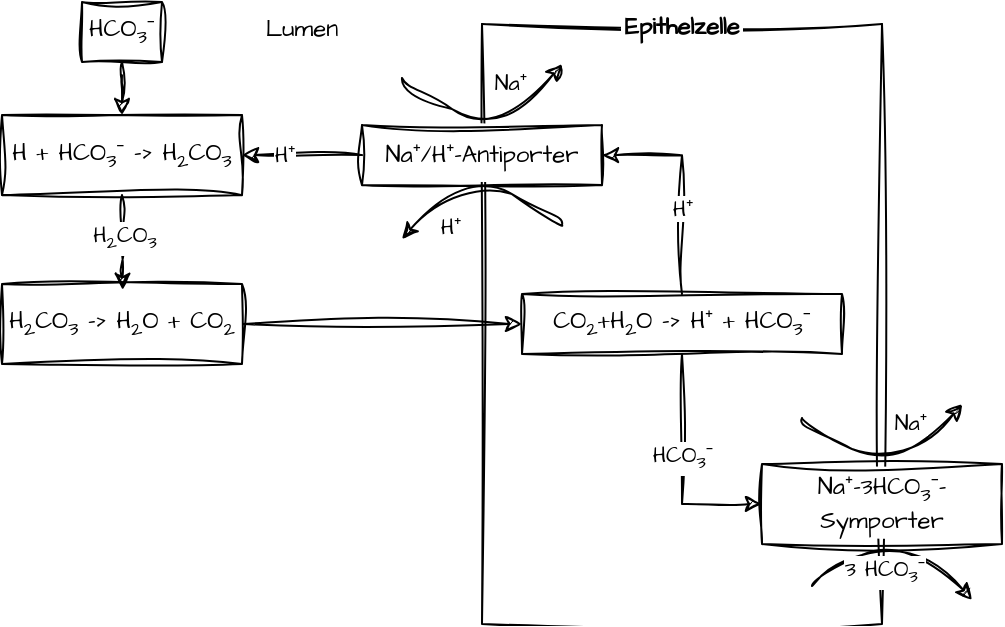
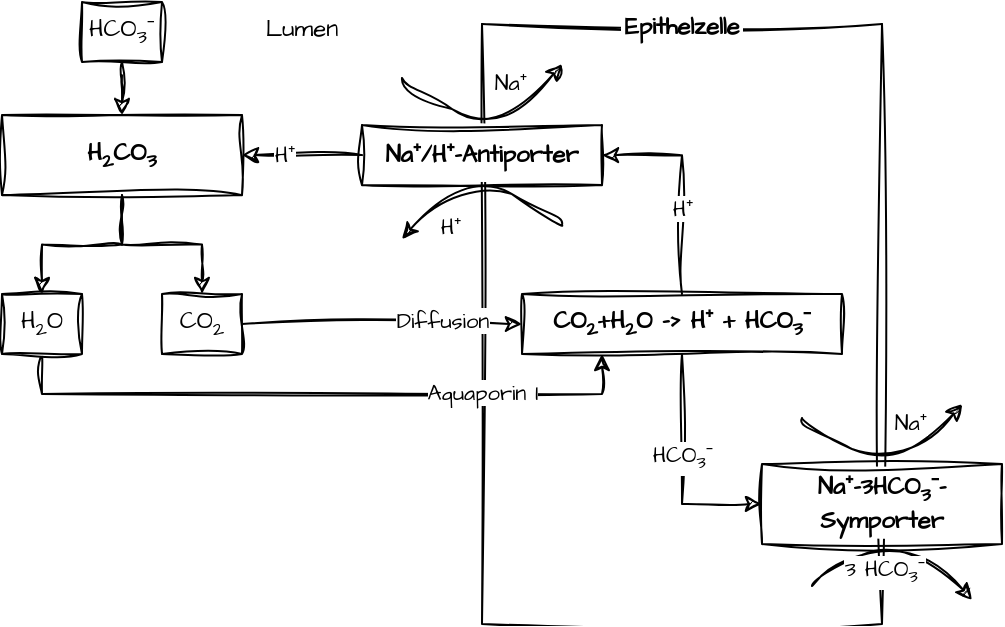
<mxfile host="app.diagrams.net">
  <diagram name="Seite-1" id="81AJ7Dx_vk1iaCefEZfk">
-     <mxGraphModel dx="699" dy="434" grid="1" gridSize="10" guides="1" tooltips="1" connect="1" arrows="1" fold="1" page="1" pageScale="1" pageWidth="1169" pageHeight="1169" math="0" shadow="0">
+     <mxGraphModel dx="579" dy="359" grid="1" gridSize="10" guides="1" tooltips="1" connect="1" arrows="1" fold="1" page="1" pageScale="1" pageWidth="1169" pageHeight="1169" math="0" shadow="0">
      <root>
        <mxCell id="0" />
        <mxCell id="1" parent="0" />
        <mxCell id="3jVy0zkm5tWESt1eAfr3-5" parent="1" style="text;html=1;whiteSpace=wrap;overflow=hidden;rounded=0;fontFamily=Architects Daughter;fontSource=https%3A%2F%2Ffonts.googleapis.com%2Fcss%3Ffamily%3DArchitects%2BDaughter;align=center;" value="Lumen" vertex="1">
          <mxGeometry height="20" width="180" x="240" y="109" as="geometry" />
        </mxCell>
        <mxCell id="3jVy0zkm5tWESt1eAfr3-7" parent="1" style="swimlane;startSize=0;sketch=1;hachureGap=4;jiggle=2;curveFitting=1;fontFamily=Architects Daughter;fontSource=https%3A%2F%2Ffonts.googleapis.com%2Fcss%3Ffamily%3DArchitects%2BDaughter;labelBackgroundColor=default;" value="Epithelzelle" vertex="1">
          <mxGeometry height="300" width="200" x="420" y="120" as="geometry" />
        </mxCell>
-         <mxCell id="3jVy0zkm5tWESt1eAfr3-8" parent="3jVy0zkm5tWESt1eAfr3-7" style="rounded=0;whiteSpace=wrap;html=1;sketch=1;hachureGap=4;jiggle=2;curveFitting=1;fontFamily=Architects Daughter;fontSource=https%3A%2F%2Ffonts.googleapis.com%2Fcss%3Ffamily%3DArchitects%2BDaughter;" value="Na⁺/H⁺-Antiporter" vertex="1">
+         <mxCell id="3jVy0zkm5tWESt1eAfr3-8" parent="3jVy0zkm5tWESt1eAfr3-7" style="rounded=0;whiteSpace=wrap;html=1;sketch=1;hachureGap=4;jiggle=2;curveFitting=1;fontFamily=Architects Daughter;fontSource=https%3A%2F%2Ffonts.googleapis.com%2Fcss%3Ffamily%3DArchitects%2BDaughter;fontStyle=1" value="Na⁺/H⁺-Antiporter" vertex="1">
          <mxGeometry height="30" width="120" x="-60" y="50.56" as="geometry" />
        </mxCell>
        <mxCell id="3jVy0zkm5tWESt1eAfr3-14" edge="1" parent="3jVy0zkm5tWESt1eAfr3-7" style="curved=1;endArrow=classic;html=1;rounded=0;sketch=1;hachureGap=4;jiggle=2;curveFitting=1;fontFamily=Architects Daughter;fontSource=https://fonts.googleapis.com/css?family=Architects+Daughter;" value="">
          <mxGeometry height="50" relative="1" width="50" as="geometry">
            <Array as="points">
              <mxPoint x="-40" y="30" />
              <mxPoint x="10" y="55" />
            </Array>
            <mxPoint x="-40" y="27" as="sourcePoint" />
            <mxPoint x="40" y="20" as="targetPoint" />
          </mxGeometry>
        </mxCell>
        <mxCell id="3jVy0zkm5tWESt1eAfr3-15" connectable="0" parent="3jVy0zkm5tWESt1eAfr3-14" style="edgeLabel;html=1;align=center;verticalAlign=middle;resizable=0;points=[];sketch=1;hachureGap=4;jiggle=2;curveFitting=1;fontFamily=Architects Daughter;fontSource=https://fonts.googleapis.com/css?family=Architects+Daughter;" value="Na⁺" vertex="1">
          <mxGeometry relative="1" x="0.398" y="4" as="geometry">
            <mxPoint x="-3" y="-13" as="offset" />
          </mxGeometry>
        </mxCell>
        <mxCell id="3jVy0zkm5tWESt1eAfr3-24" edge="1" parent="3jVy0zkm5tWESt1eAfr3-7" source="3jVy0zkm5tWESt1eAfr3-20" style="edgeStyle=orthogonalEdgeStyle;rounded=0;sketch=1;hachureGap=4;jiggle=2;curveFitting=1;orthogonalLoop=1;jettySize=auto;html=1;entryX=1;entryY=0.5;entryDx=0;entryDy=0;fontFamily=Architects Daughter;fontSource=https%3A%2F%2Ffonts.googleapis.com%2Fcss%3Ffamily%3DArchitects%2BDaughter;" target="3jVy0zkm5tWESt1eAfr3-8">
          <mxGeometry relative="1" as="geometry" />
        </mxCell>
        <mxCell id="3jVy0zkm5tWESt1eAfr3-25" connectable="0" parent="3jVy0zkm5tWESt1eAfr3-24" style="edgeLabel;html=1;align=center;verticalAlign=middle;resizable=0;points=[];sketch=1;hachureGap=4;jiggle=2;curveFitting=1;fontFamily=Architects Daughter;fontSource=https%3A%2F%2Ffonts.googleapis.com%2Fcss%3Ffamily%3DArchitects%2BDaughter;" value="H⁺" vertex="1">
          <mxGeometry relative="1" x="-0.2069" as="geometry">
            <mxPoint as="offset" />
          </mxGeometry>
        </mxCell>
-         <mxCell id="3jVy0zkm5tWESt1eAfr3-20" parent="3jVy0zkm5tWESt1eAfr3-7" style="whiteSpace=wrap;html=1;sketch=1;hachureGap=4;jiggle=2;curveFitting=1;fontFamily=Architects Daughter;fontSource=https%3A%2F%2Ffonts.googleapis.com%2Fcss%3Ffamily%3DArchitects%2BDaughter;" value="CO&lt;sub&gt;2&lt;/sub&gt;+H&lt;sub&gt;2&lt;/sub&gt;O -&amp;gt; H⁺ + HCO&lt;sub&gt;3&lt;/sub&gt;⁻" vertex="1">
+         <mxCell id="3jVy0zkm5tWESt1eAfr3-20" parent="3jVy0zkm5tWESt1eAfr3-7" style="whiteSpace=wrap;html=1;sketch=1;hachureGap=4;jiggle=2;curveFitting=1;fontFamily=Architects Daughter;fontSource=https%3A%2F%2Ffonts.googleapis.com%2Fcss%3Ffamily%3DArchitects%2BDaughter;fontStyle=1" value="CO&lt;sub&gt;2&lt;/sub&gt;+H&lt;sub&gt;2&lt;/sub&gt;O -&amp;gt; H⁺ + HCO&lt;sub&gt;3&lt;/sub&gt;⁻" vertex="1">
          <mxGeometry height="30" width="160" x="20" y="135" as="geometry" />
        </mxCell>
        <mxCell id="3jVy0zkm5tWESt1eAfr3-36" edge="1" parent="3jVy0zkm5tWESt1eAfr3-7" style="curved=1;endArrow=classic;html=1;rounded=0;sketch=1;hachureGap=4;jiggle=2;curveFitting=1;fontFamily=Architects Daughter;fontSource=https://fonts.googleapis.com/css?family=Architects+Daughter;" value="">
          <mxGeometry height="50" relative="1" width="50" as="geometry">
            <Array as="points">
              <mxPoint x="160" y="200" />
              <mxPoint x="210" y="225" />
            </Array>
            <mxPoint x="160" y="197" as="sourcePoint" />
            <mxPoint x="240" y="190" as="targetPoint" />
          </mxGeometry>
        </mxCell>
        <mxCell id="3jVy0zkm5tWESt1eAfr3-37" connectable="0" parent="3jVy0zkm5tWESt1eAfr3-36" style="edgeLabel;html=1;align=center;verticalAlign=middle;resizable=0;points=[];sketch=1;hachureGap=4;jiggle=2;curveFitting=1;fontFamily=Architects Daughter;fontSource=https://fonts.googleapis.com/css?family=Architects+Daughter;" value="Na⁺" vertex="1">
          <mxGeometry relative="1" x="0.398" y="4" as="geometry">
            <mxPoint x="-3" y="-13" as="offset" />
          </mxGeometry>
        </mxCell>
        <mxCell id="3jVy0zkm5tWESt1eAfr3-9" edge="1" parent="1" style="curved=1;endArrow=classic;html=1;rounded=0;sketch=1;hachureGap=4;jiggle=2;curveFitting=1;fontFamily=Architects Daughter;fontSource=https%3A%2F%2Ffonts.googleapis.com%2Fcss%3Ffamily%3DArchitects%2BDaughter;" value="">
          <mxGeometry height="50" relative="1" width="50" as="geometry">
            <Array as="points">
              <mxPoint x="460" y="217.56" />
              <mxPoint x="410" y="192.56" />
            </Array>
            <mxPoint x="460" y="220.56" as="sourcePoint" />
            <mxPoint x="380" y="227.56" as="targetPoint" />
          </mxGeometry>
        </mxCell>
        <mxCell id="3jVy0zkm5tWESt1eAfr3-11" connectable="0" parent="3jVy0zkm5tWESt1eAfr3-9" style="edgeLabel;html=1;align=center;verticalAlign=middle;resizable=0;points=[];sketch=1;hachureGap=4;jiggle=2;curveFitting=1;fontFamily=Architects Daughter;fontSource=https%3A%2F%2Ffonts.googleapis.com%2Fcss%3Ffamily%3DArchitects%2BDaughter;" value="H⁺" vertex="1">
          <mxGeometry relative="1" x="0.398" y="4" as="geometry">
            <mxPoint y="15" as="offset" />
          </mxGeometry>
        </mxCell>
-         <mxCell id="3jVy0zkm5tWESt1eAfr3-16" parent="1" style="whiteSpace=wrap;html=1;sketch=1;hachureGap=4;jiggle=2;curveFitting=1;fontFamily=Architects Daughter;fontSource=https%3A%2F%2Ffonts.googleapis.com%2Fcss%3Ffamily%3DArchitects%2BDaughter;" value="H + HCO&lt;sub&gt;3&lt;/sub&gt;⁻ -&amp;gt; H&lt;sub&gt;2&lt;/sub&gt;CO&lt;sub&gt;3&lt;/sub&gt;" vertex="1">
+         <mxCell id="uSOzYvRGErAbRBsg0gga-3" edge="1" parent="1" source="3jVy0zkm5tWESt1eAfr3-16" style="edgeStyle=orthogonalEdgeStyle;rounded=0;sketch=1;hachureGap=4;jiggle=2;curveFitting=1;orthogonalLoop=1;jettySize=auto;html=1;entryX=0.5;entryY=0;entryDx=0;entryDy=0;fontFamily=Architects Daughter;fontSource=https%3A%2F%2Ffonts.googleapis.com%2Fcss%3Ffamily%3DArchitects%2BDaughter;" target="uSOzYvRGErAbRBsg0gga-1">
+           <mxGeometry relative="1" as="geometry" />
+         </mxCell>
+         <mxCell id="uSOzYvRGErAbRBsg0gga-4" edge="1" parent="1" source="3jVy0zkm5tWESt1eAfr3-16" style="edgeStyle=orthogonalEdgeStyle;rounded=0;sketch=1;hachureGap=4;jiggle=2;curveFitting=1;orthogonalLoop=1;jettySize=auto;html=1;entryX=0.5;entryY=0;entryDx=0;entryDy=0;fontFamily=Architects Daughter;fontSource=https%3A%2F%2Ffonts.googleapis.com%2Fcss%3Ffamily%3DArchitects%2BDaughter;" target="uSOzYvRGErAbRBsg0gga-2">
+           <mxGeometry relative="1" as="geometry" />
+         </mxCell>
+         <mxCell id="3jVy0zkm5tWESt1eAfr3-16" parent="1" style="whiteSpace=wrap;html=1;sketch=1;hachureGap=4;jiggle=2;curveFitting=1;fontFamily=Architects Daughter;fontSource=https%3A%2F%2Ffonts.googleapis.com%2Fcss%3Ffamily%3DArchitects%2BDaughter;fontStyle=1" value="H&lt;sub&gt;2&lt;/sub&gt;CO&lt;sub&gt;3&lt;/sub&gt;" vertex="1">
          <mxGeometry height="40" width="120" x="180" y="165.56" as="geometry" />
        </mxCell>
-         <mxCell id="3jVy0zkm5tWESt1eAfr3-21" edge="1" parent="1" source="3jVy0zkm5tWESt1eAfr3-17" style="edgeStyle=orthogonalEdgeStyle;rounded=0;sketch=1;hachureGap=4;jiggle=2;curveFitting=1;orthogonalLoop=1;jettySize=auto;html=1;entryX=0;entryY=0.5;entryDx=0;entryDy=0;fontFamily=Architects Daughter;fontSource=https%3A%2F%2Ffonts.googleapis.com%2Fcss%3Ffamily%3DArchitects%2BDaughter;" target="3jVy0zkm5tWESt1eAfr3-20">
-           <mxGeometry relative="1" as="geometry" />
-         </mxCell>
-         <mxCell id="3jVy0zkm5tWESt1eAfr3-17" parent="1" style="whiteSpace=wrap;html=1;sketch=1;hachureGap=4;jiggle=2;curveFitting=1;fontFamily=Architects Daughter;fontSource=https%3A%2F%2Ffonts.googleapis.com%2Fcss%3Ffamily%3DArchitects%2BDaughter;" value="H&lt;sub&gt;2&lt;/sub&gt;CO&lt;sub&gt;3&lt;/sub&gt;&amp;nbsp;-&amp;gt; H&lt;sub&gt;2&lt;/sub&gt;O + CO&lt;sub&gt;2&lt;/sub&gt;" vertex="1">
-           <mxGeometry height="40" width="120" x="180" y="250" as="geometry" />
-         </mxCell>
-         <mxCell id="3jVy0zkm5tWESt1eAfr3-18" edge="1" parent="1" source="3jVy0zkm5tWESt1eAfr3-16" style="edgeStyle=orthogonalEdgeStyle;rounded=0;sketch=1;hachureGap=4;jiggle=2;curveFitting=1;orthogonalLoop=1;jettySize=auto;html=1;entryX=0.503;entryY=0.074;entryDx=0;entryDy=0;entryPerimeter=0;fontFamily=Architects Daughter;fontSource=https%3A%2F%2Ffonts.googleapis.com%2Fcss%3Ffamily%3DArchitects%2BDaughter;" target="3jVy0zkm5tWESt1eAfr3-17">
-           <mxGeometry relative="1" as="geometry" />
-         </mxCell>
-         <mxCell id="3jVy0zkm5tWESt1eAfr3-34" connectable="0" parent="3jVy0zkm5tWESt1eAfr3-18" style="edgeLabel;html=1;align=center;verticalAlign=middle;resizable=0;points=[];sketch=1;hachureGap=4;jiggle=2;curveFitting=1;fontFamily=Architects Daughter;fontSource=https%3A%2F%2Ffonts.googleapis.com%2Fcss%3Ffamily%3DArchitects%2BDaughter;" value="H&lt;sub&gt;2&lt;/sub&gt;CO&lt;sub&gt;3&lt;/sub&gt;" vertex="1">
-           <mxGeometry relative="1" x="-0.0986" y="1" as="geometry">
-             <mxPoint as="offset" />
-           </mxGeometry>
-         </mxCell>
-         <mxCell id="3jVy0zkm5tWESt1eAfr3-23" parent="1" style="whiteSpace=wrap;html=1;sketch=1;hachureGap=4;jiggle=2;curveFitting=1;fontFamily=Architects Daughter;fontSource=https%3A%2F%2Ffonts.googleapis.com%2Fcss%3Ffamily%3DArchitects%2BDaughter;" value="Na⁺-3HCO&lt;sub&gt;3&lt;/sub&gt;⁻-Symporter" vertex="1">
+         <mxCell id="3jVy0zkm5tWESt1eAfr3-23" parent="1" style="whiteSpace=wrap;html=1;sketch=1;hachureGap=4;jiggle=2;curveFitting=1;fontFamily=Architects Daughter;fontSource=https%3A%2F%2Ffonts.googleapis.com%2Fcss%3Ffamily%3DArchitects%2BDaughter;fontStyle=1" value="Na⁺-3HCO&lt;sub&gt;3&lt;/sub&gt;⁻-Symporter" vertex="1">
          <mxGeometry height="40" width="120" x="560" y="340" as="geometry" />
        </mxCell>
        <mxCell id="3jVy0zkm5tWESt1eAfr3-26" edge="1" parent="1" source="3jVy0zkm5tWESt1eAfr3-20" style="edgeStyle=orthogonalEdgeStyle;rounded=0;sketch=1;hachureGap=4;jiggle=2;curveFitting=1;orthogonalLoop=1;jettySize=auto;html=1;entryX=0;entryY=0.5;entryDx=0;entryDy=0;fontFamily=Architects Daughter;fontSource=https%3A%2F%2Ffonts.googleapis.com%2Fcss%3Ffamily%3DArchitects%2BDaughter;" target="3jVy0zkm5tWESt1eAfr3-23">
          <mxGeometry relative="1" as="geometry" />
        </mxCell>
        <mxCell id="3jVy0zkm5tWESt1eAfr3-27" connectable="0" parent="3jVy0zkm5tWESt1eAfr3-26" style="edgeLabel;html=1;align=center;verticalAlign=middle;resizable=0;points=[];sketch=1;hachureGap=4;jiggle=2;curveFitting=1;fontFamily=Architects Daughter;fontSource=https%3A%2F%2Ffonts.googleapis.com%2Fcss%3Ffamily%3DArchitects%2BDaughter;" value="HCO&lt;sub&gt;3&lt;/sub&gt;⁻" vertex="1">
          <mxGeometry relative="1" x="-0.1083" as="geometry">
            <mxPoint as="offset" />
          </mxGeometry>
        </mxCell>
        <mxCell id="3jVy0zkm5tWESt1eAfr3-31" edge="1" parent="1" source="3jVy0zkm5tWESt1eAfr3-30" style="edgeStyle=orthogonalEdgeStyle;rounded=0;sketch=1;hachureGap=4;jiggle=2;curveFitting=1;orthogonalLoop=1;jettySize=auto;html=1;entryX=0.5;entryY=0;entryDx=0;entryDy=0;fontFamily=Architects Daughter;fontSource=https%3A%2F%2Ffonts.googleapis.com%2Fcss%3Ffamily%3DArchitects%2BDaughter;" target="3jVy0zkm5tWESt1eAfr3-16">
          <mxGeometry relative="1" as="geometry" />
        </mxCell>
        <mxCell id="3jVy0zkm5tWESt1eAfr3-30" parent="1" style="whiteSpace=wrap;html=1;sketch=1;hachureGap=4;jiggle=2;curveFitting=1;fontFamily=Architects Daughter;fontSource=https%3A%2F%2Ffonts.googleapis.com%2Fcss%3Ffamily%3DArchitects%2BDaughter;" value="HCO&lt;sub&gt;3&lt;/sub&gt;⁻" vertex="1">
          <mxGeometry height="30" width="40" x="220" y="109" as="geometry" />
        </mxCell>
        <mxCell id="3jVy0zkm5tWESt1eAfr3-32" edge="1" parent="1" source="3jVy0zkm5tWESt1eAfr3-8" style="edgeStyle=orthogonalEdgeStyle;rounded=0;sketch=1;hachureGap=4;jiggle=2;curveFitting=1;orthogonalLoop=1;jettySize=auto;html=1;fontFamily=Architects Daughter;fontSource=https%3A%2F%2Ffonts.googleapis.com%2Fcss%3Ffamily%3DArchitects%2BDaughter;" target="3jVy0zkm5tWESt1eAfr3-16">
          <mxGeometry relative="1" as="geometry" />
        </mxCell>
        <mxCell id="3jVy0zkm5tWESt1eAfr3-33" connectable="0" parent="3jVy0zkm5tWESt1eAfr3-32" style="edgeLabel;html=1;align=center;verticalAlign=middle;resizable=0;points=[];sketch=1;hachureGap=4;jiggle=2;curveFitting=1;fontFamily=Architects Daughter;fontSource=https%3A%2F%2Ffonts.googleapis.com%2Fcss%3Ffamily%3DArchitects%2BDaughter;" value="H⁺" vertex="1">
          <mxGeometry relative="1" x="0.3" y="-1" as="geometry">
            <mxPoint as="offset" />
          </mxGeometry>
        </mxCell>
        <mxCell id="3jVy0zkm5tWESt1eAfr3-38" edge="1" parent="1" style="curved=1;endArrow=classic;html=1;rounded=0;sketch=1;hachureGap=4;jiggle=2;curveFitting=1;fontFamily=Architects Daughter;fontSource=https://fonts.googleapis.com/css?family=Architects+Daughter;" value="">
          <mxGeometry height="50" relative="1" width="50" as="geometry">
            <Array as="points">
              <mxPoint x="585" y="398" />
              <mxPoint x="635" y="373" />
            </Array>
            <mxPoint x="585" y="401" as="sourcePoint" />
            <mxPoint x="665" y="408" as="targetPoint" />
          </mxGeometry>
        </mxCell>
        <mxCell id="3jVy0zkm5tWESt1eAfr3-39" connectable="0" parent="3jVy0zkm5tWESt1eAfr3-38" style="edgeLabel;html=1;align=center;verticalAlign=middle;resizable=0;points=[];sketch=1;hachureGap=4;jiggle=2;curveFitting=1;fontFamily=Architects Daughter;fontSource=https://fonts.googleapis.com/css?family=Architects+Daughter;" value="3 HCO&lt;sub&gt;3&lt;/sub&gt;⁻" vertex="1">
          <mxGeometry relative="1" x="0.398" y="4" as="geometry">
            <mxPoint x="-27" y="12" as="offset" />
          </mxGeometry>
        </mxCell>
+         <mxCell id="uSOzYvRGErAbRBsg0gga-7" edge="1" parent="1" source="uSOzYvRGErAbRBsg0gga-1" style="edgeStyle=orthogonalEdgeStyle;rounded=0;sketch=1;hachureGap=4;jiggle=2;curveFitting=1;orthogonalLoop=1;jettySize=auto;html=1;entryX=0.25;entryY=1;entryDx=0;entryDy=0;fontFamily=Architects Daughter;fontSource=https%3A%2F%2Ffonts.googleapis.com%2Fcss%3Ffamily%3DArchitects%2BDaughter;" target="3jVy0zkm5tWESt1eAfr3-20">
+           <mxGeometry relative="1" as="geometry">
+             <Array as="points">
+               <mxPoint x="200" y="305" />
+               <mxPoint x="480" y="305" />
+             </Array>
+           </mxGeometry>
+         </mxCell>
+         <mxCell id="uSOzYvRGErAbRBsg0gga-8" connectable="0" parent="uSOzYvRGErAbRBsg0gga-7" style="edgeLabel;html=1;align=center;verticalAlign=middle;resizable=0;points=[];sketch=1;hachureGap=4;jiggle=2;curveFitting=1;fontFamily=Architects Daughter;fontSource=https%3A%2F%2Ffonts.googleapis.com%2Fcss%3Ffamily%3DArchitects%2BDaughter;" value="Aquaporin I" vertex="1">
+           <mxGeometry relative="1" x="0.1521" y="1" as="geometry">
+             <mxPoint x="55" as="offset" />
+           </mxGeometry>
+         </mxCell>
+         <mxCell id="uSOzYvRGErAbRBsg0gga-1" parent="1" style="whiteSpace=wrap;html=1;sketch=1;hachureGap=4;jiggle=2;curveFitting=1;fontFamily=Architects Daughter;fontSource=https://fonts.googleapis.com/css?family=Architects+Daughter;" value="H&lt;sub&gt;2&lt;/sub&gt;O" vertex="1">
+           <mxGeometry height="30" width="40" x="180" y="255" as="geometry" />
+         </mxCell>
+         <mxCell id="uSOzYvRGErAbRBsg0gga-5" edge="1" parent="1" source="uSOzYvRGErAbRBsg0gga-2" style="edgeStyle=orthogonalEdgeStyle;rounded=0;sketch=1;hachureGap=4;jiggle=2;curveFitting=1;orthogonalLoop=1;jettySize=auto;html=1;entryX=0;entryY=0.5;entryDx=0;entryDy=0;fontFamily=Architects Daughter;fontSource=https%3A%2F%2Ffonts.googleapis.com%2Fcss%3Ffamily%3DArchitects%2BDaughter;" target="3jVy0zkm5tWESt1eAfr3-20">
+           <mxGeometry relative="1" as="geometry" />
+         </mxCell>
+         <mxCell id="uSOzYvRGErAbRBsg0gga-6" connectable="0" parent="uSOzYvRGErAbRBsg0gga-5" style="edgeLabel;html=1;align=center;verticalAlign=middle;resizable=0;points=[];sketch=1;hachureGap=4;jiggle=2;curveFitting=1;fontFamily=Architects Daughter;fontSource=https%3A%2F%2Ffonts.googleapis.com%2Fcss%3Ffamily%3DArchitects%2BDaughter;" value="Diffusion" vertex="1">
+           <mxGeometry relative="1" x="-0.1212" y="2" as="geometry">
+             <mxPoint x="38" as="offset" />
+           </mxGeometry>
+         </mxCell>
+         <mxCell id="uSOzYvRGErAbRBsg0gga-2" parent="1" style="whiteSpace=wrap;html=1;sketch=1;hachureGap=4;jiggle=2;curveFitting=1;fontFamily=Architects Daughter;fontSource=https://fonts.googleapis.com/css?family=Architects+Daughter;" value="CO&lt;sub&gt;2&lt;/sub&gt;" vertex="1">
+           <mxGeometry height="30" width="40" x="260" y="255" as="geometry" />
+         </mxCell>
      </root>
    </mxGraphModel>
  </diagram>
</mxfile>
